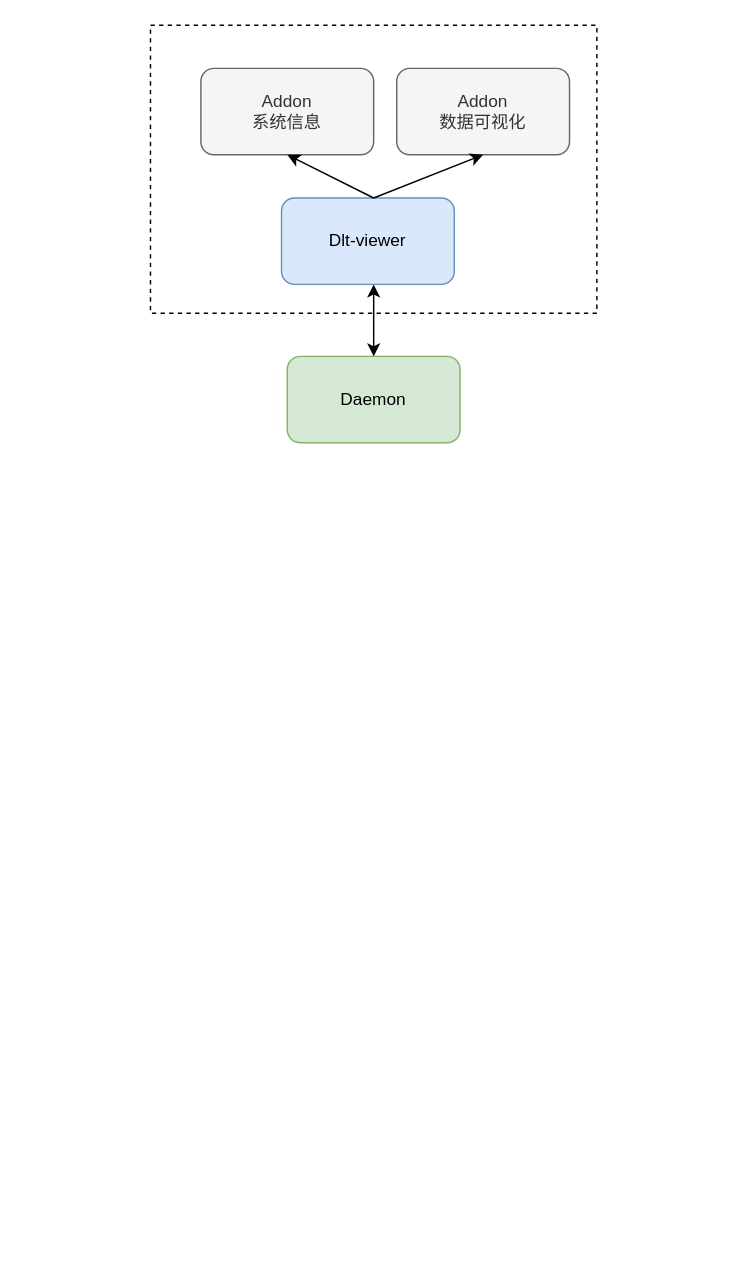
The draw.io diagram page "Page-2" (2 of 2) of AP.drawio in hehenihao/chart, before the edit. Source tidied: cells renumbered, new cells numbered last; positions are measured from the earlier drawing's top-left corner, leaving out a move shared by most shapes. Both pictures are drawn from the tidied source at 144%, with x=0, y=0 at pixel (150, 24).
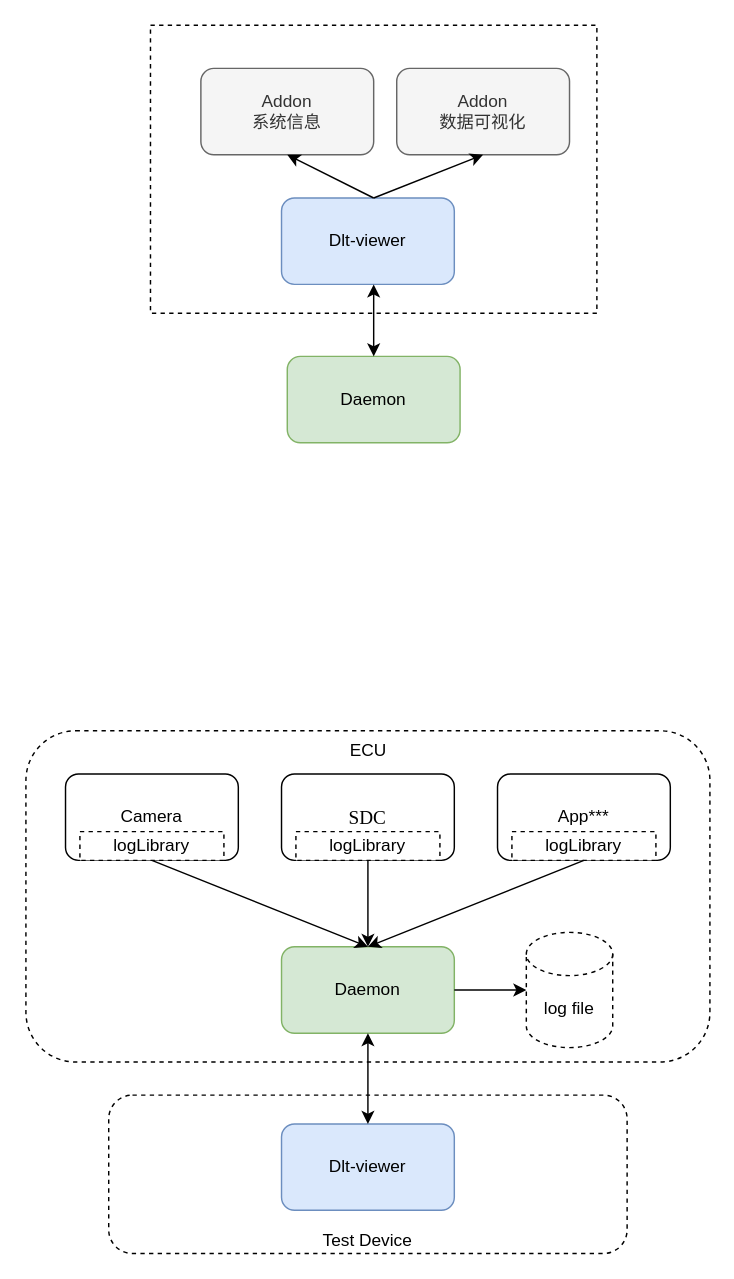
Above is the later version.

The edit, as a diff of the source:
```diff
@@
+    <mxCell id="10" value="Test Device" style="rounded=1;whiteSpace=wrap;html=1;dashed=1;verticalAlign=bottom;" parent="1" vertex="1">
+      <mxGeometry x="-29" y="743" width="360" height="110" as="geometry" />
+    </mxCell>
@@
+    <mxCell id="11" value="ECU" style="rounded=1;whiteSpace=wrap;html=1;dashed=1;verticalAlign=top;align=center;" parent="1" vertex="1">
+      <mxGeometry x="-86.5" y="490" width="475" height="230" as="geometry" />
+    </mxCell>
+    <mxCell id="12" value="Dlt-viewer" style="rounded=1;whiteSpace=wrap;html=1;fillColor=#dae8fc;strokeColor=#6c8ebf;" parent="1" vertex="1">
+      <mxGeometry x="91" y="763" width="120" height="60" as="geometry" />
+    </mxCell>
+    <mxCell id="13" value="Daemon" style="rounded=1;whiteSpace=wrap;html=1;fillColor=#d5e8d4;strokeColor=#82b366;" parent="1" vertex="1">
+      <mxGeometry x="91" y="640" width="120" height="60" as="geometry" />
+    </mxCell>
+    <mxCell id="14" style="endArrow=classic;startArrow=classic;html=1;rounded=0;entryX=0.5;entryY=0;entryDx=0;entryDy=0;exitX=0.5;exitY=1;exitDx=0;exitDy=0;" parent="1" edge="1" source="13" target="12">
+      <mxGeometry relative="1" as="geometry" />
+    </mxCell>
+    <mxCell id="15" value="Camera" style="rounded=1;whiteSpace=wrap;html=1;" parent="1" vertex="1">
+      <mxGeometry x="-59" y="520" width="120" height="60" as="geometry" />
+    </mxCell>
+    <mxCell id="16" value="&lt;span lang=&quot;EN-US&quot; style=&quot;font-size: 10pt ; font-family: &amp;#34;times new roman&amp;#34; , serif&quot;&gt;SDC&lt;/span&gt;" style="rounded=1;whiteSpace=wrap;html=1;" parent="1" vertex="1">
+      <mxGeometry x="91" y="520" width="120" height="60" as="geometry" />
+    </mxCell>
+    <mxCell id="17" style="endArrow=classic;html=1;rounded=0;exitX=0.5;exitY=1;exitDx=0;exitDy=0;entryX=0.5;entryY=0;entryDx=0;entryDy=0;" parent="1" edge="1" source="15" target="13">
+      <mxGeometry relative="1" as="geometry" />
+    </mxCell>
+    <mxCell id="18" style="endArrow=classic;html=1;rounded=0;exitX=0.5;exitY=1;exitDx=0;exitDy=0;entryX=0.5;entryY=0;entryDx=0;entryDy=0;" parent="1" edge="1" source="16" target="13">
+      <mxGeometry relative="1" as="geometry" />
+    </mxCell>
+    <mxCell id="19" value="logLibrary" style="rounded=0;whiteSpace=wrap;html=1;dashed=1;" parent="1" vertex="1">
+      <mxGeometry x="-49" y="560" width="100" height="20" as="geometry" />
+    </mxCell>
+    <mxCell id="20" value="logLibrary" style="rounded=0;whiteSpace=wrap;html=1;dashed=1;" parent="1" vertex="1">
+      <mxGeometry x="101" y="560" width="100" height="20" as="geometry" />
+    </mxCell>
+    <mxCell id="21" value="App***" style="rounded=1;whiteSpace=wrap;html=1;" parent="1" vertex="1">
+      <mxGeometry x="241" y="520" width="120" height="60" as="geometry" />
+    </mxCell>
+    <mxCell id="22" value="logLibrary" style="rounded=0;whiteSpace=wrap;html=1;dashed=1;" parent="1" vertex="1">
+      <mxGeometry x="251" y="560" width="100" height="20" as="geometry" />
+    </mxCell>
+    <mxCell id="23" style="endArrow=classic;html=1;rounded=0;exitX=0.5;exitY=1;exitDx=0;exitDy=0;entryX=0.5;entryY=0;entryDx=0;entryDy=0;" parent="1" edge="1" source="22" target="13">
+      <mxGeometry relative="1" as="geometry" />
+    </mxCell>
+    <mxCell id="24" value="log file" style="shape=cylinder3;whiteSpace=wrap;html=1;boundedLbl=1;backgroundOutline=1;size=15;dashed=1;" parent="1" vertex="1">
+      <mxGeometry x="261" y="630" width="60" height="80" as="geometry" />
+    </mxCell>
+    <mxCell id="25" style="endArrow=classic;html=1;rounded=0;entryX=0;entryY=0.5;entryDx=0;entryDy=0;entryPerimeter=0;exitX=1;exitY=0.5;exitDx=0;exitDy=0;" parent="1" edge="1" source="13" target="24">
+      <mxGeometry relative="1" as="geometry" />
+    </mxCell>
```
